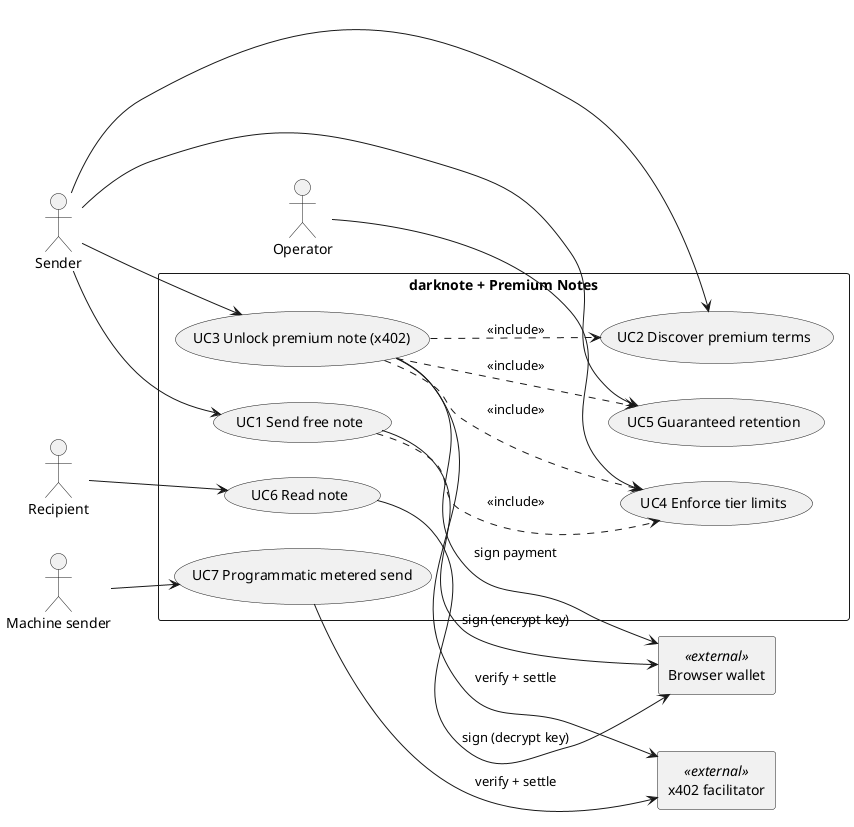
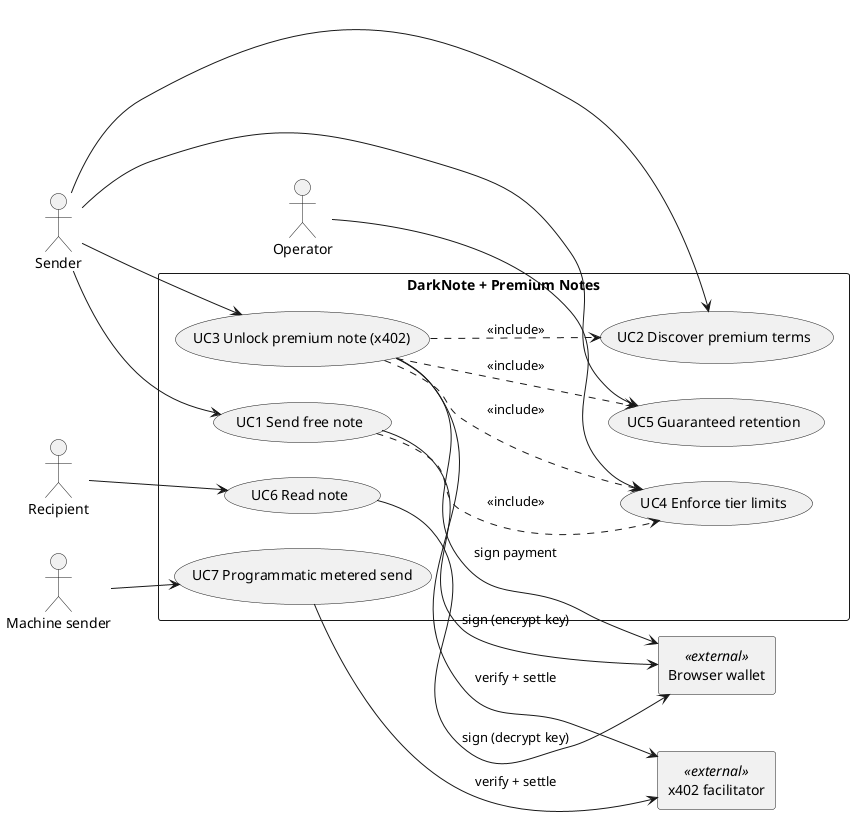
- @startuml darknote Premium use cases
+ @startuml DarkNote Premium use cases
left to right direction
skinparam packageStyle rectangle

actor Sender
actor Recipient
actor Operator
actor "Machine sender" as Machine

- rectangle "darknote + Premium Notes" {
+ rectangle "DarkNote + Premium Notes" {
  usecase "UC1 Send free note" as UC1
  usecase "UC2 Discover premium terms" as UC2
  usecase "UC3 Unlock premium note (x402)" as UC3
  usecase "UC4 Enforce tier limits" as UC4
  usecase "UC5 Guaranteed retention" as UC5
  usecase "UC6 Read note" as UC6
  usecase "UC7 Programmatic metered send" as UC7
}

rectangle "Browser wallet" as Wallet <<external>>
rectangle "x402 facilitator" as Fac <<external>>

Sender --> UC1
Sender --> UC2
Sender --> UC3
Sender --> UC5
Recipient --> UC6
Operator --> UC4
Machine --> UC7

UC3 ..> UC2 : <<include>>
UC3 ..> UC4 : <<include>>
UC1 ..> UC4 : <<include>>
UC3 ..> UC5 : <<include>>

UC1 --> Wallet : sign (encrypt key)
UC3 --> Wallet : sign payment
UC3 --> Fac : verify + settle
UC6 --> Wallet : sign (decrypt key)
UC7 --> Fac : verify + settle
@enduml
